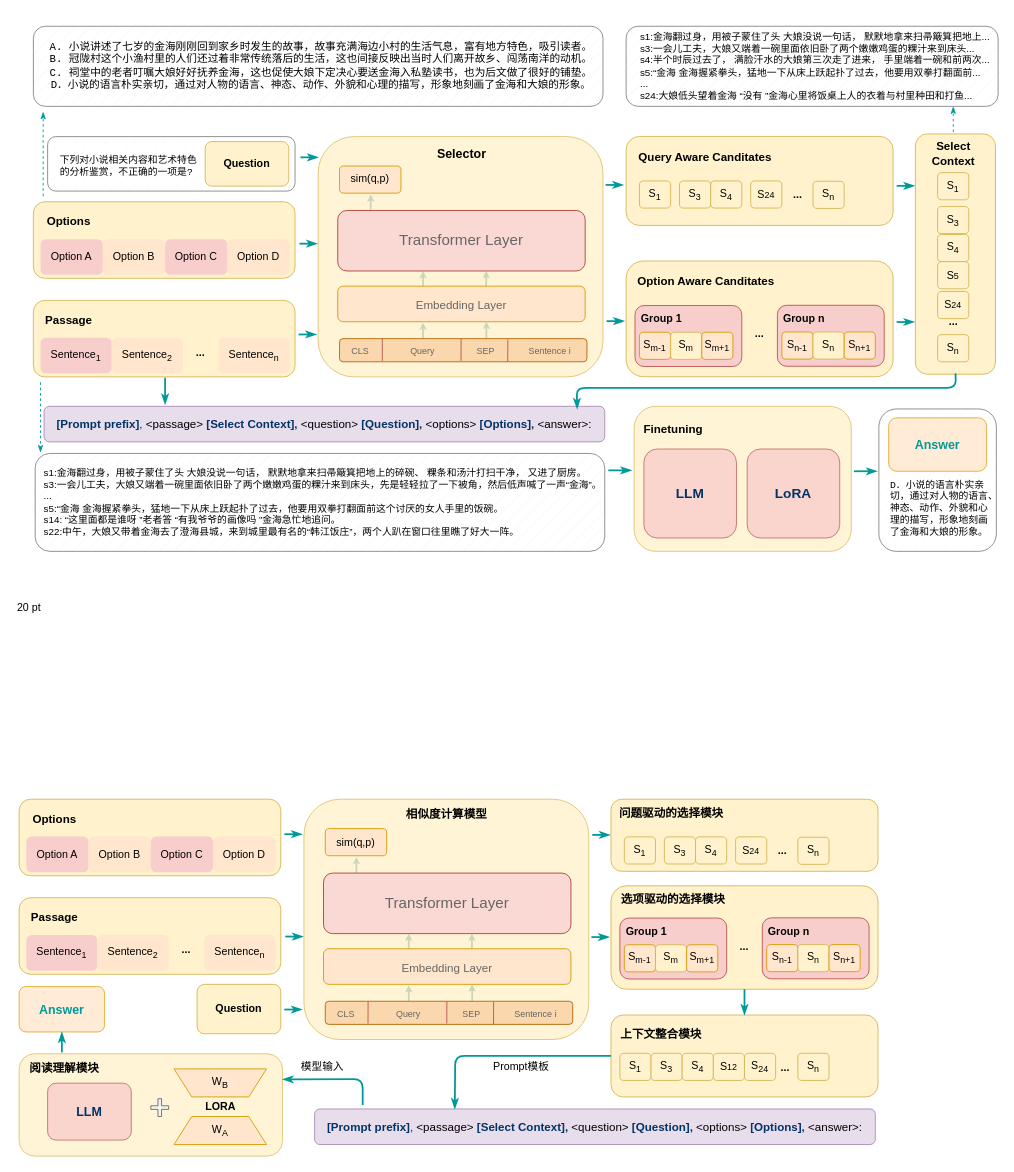
Earlier version of the draw.io diagram page "option-1" (9 of 13) of research.drawio (Asimok/draw). Source tidied: cells renumbered, new cells numbered last; positions are measured from the earlier drawing's top-left corner, leaving out a move shared by most shapes. Both pictures are drawn from the tidied source at 89%, with x=0, y=0 at pixel (15, 15).
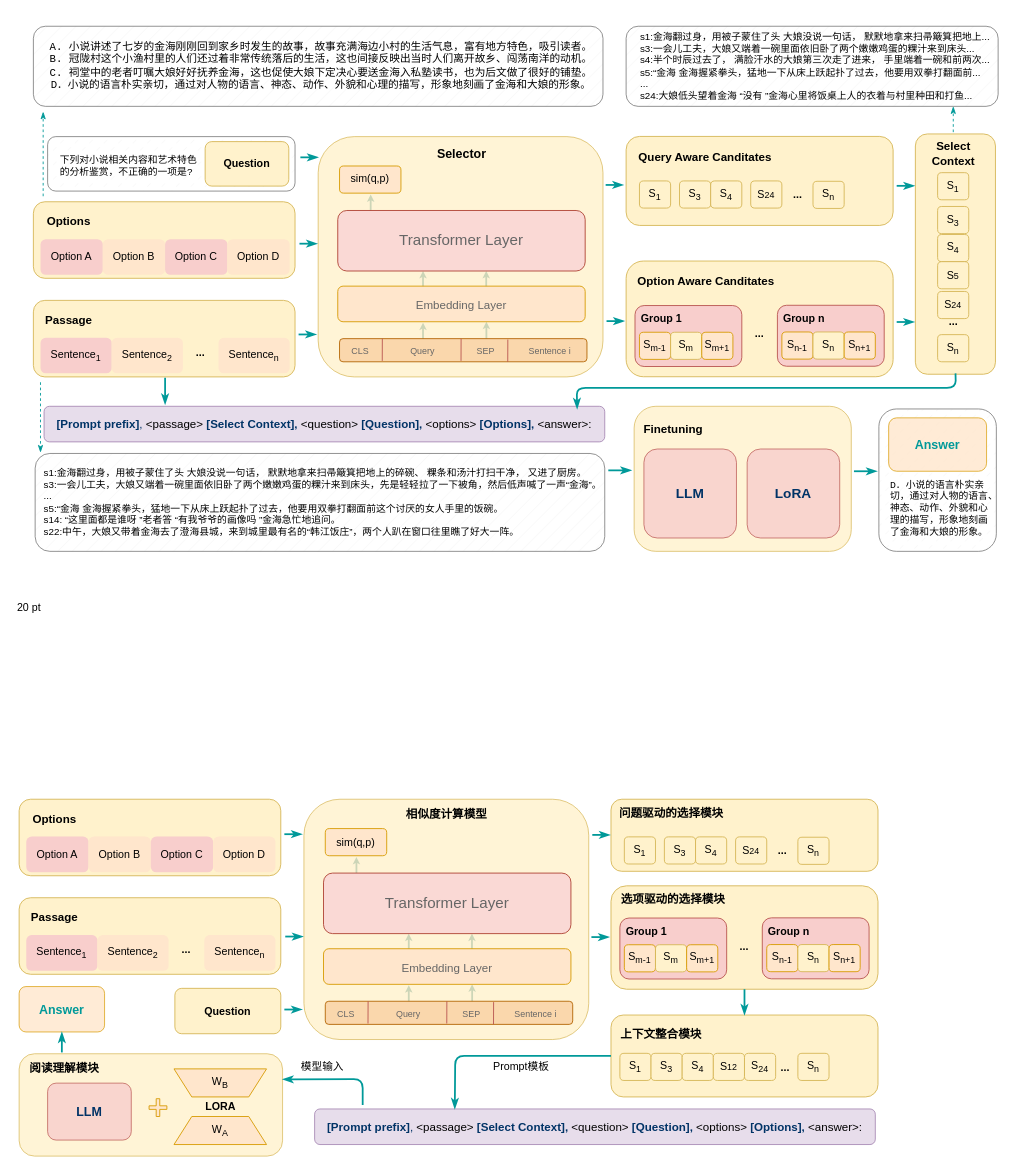
The same diagram, later.

Diff of the diagram source:
```diff
@@
     <mxCell id="99" value="&lt;div&gt;&lt;div class=&quot;old-record-id-AMYidXnhoo489fxQ9qdcv3c9nPg&quot;&gt;&lt;b&gt;Question&lt;/b&gt;&lt;/div&gt;&lt;/div&gt;" style="rounded=1;whiteSpace=wrap;html=1;fillColor=#fff2cc;strokeColor=#d6b656;fontStyle=0;" parent="1" vertex="1">
-      <mxGeometry x="204" y="1088.5" width="94" height="55.5" as="geometry" />
+      <mxGeometry x="179" y="1093" width="119" height="51" as="geometry" />
     </mxCell>
@@
-    <mxCell id="172" style="shape=cross;whiteSpace=wrap;html=1;fillColor=#f5f5f5;strokeColor=#666666;fontColor=#333333;" parent="1" vertex="1">
-      <mxGeometry x="152" y="1217" width="20" height="20" as="geometry" />
+    <mxCell id="172" style="shape=cross;whiteSpace=wrap;html=1;fillColor=#ffe6cc;strokeColor=#d79b00;" parent="1" vertex="1">
+      <mxGeometry x="150" y="1217" width="20" height="20" as="geometry" />
     </mxCell>
```
